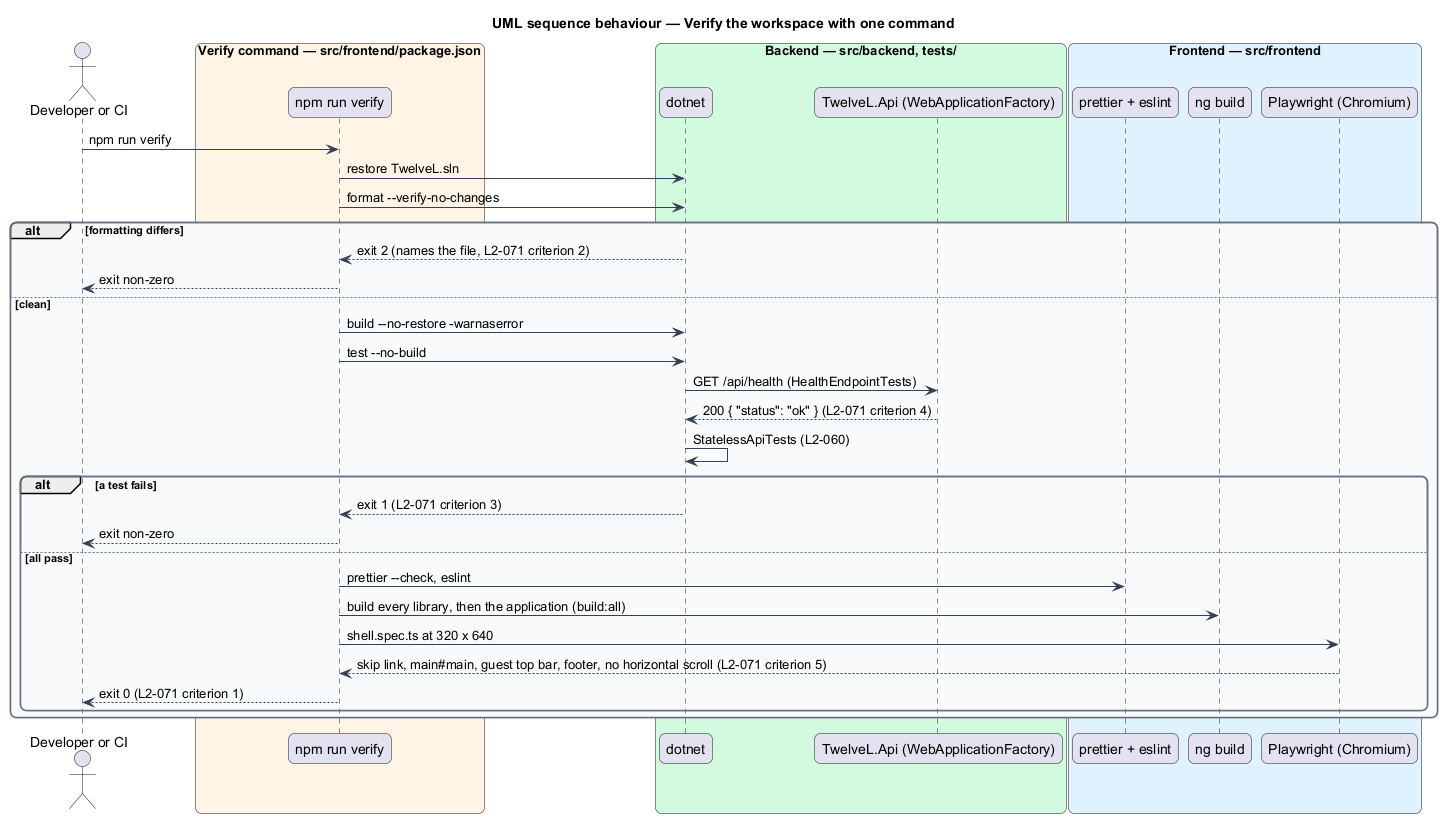
The PlantUML diagram docs/detailed-designs/platform/set-up-the-workspace/diagrams/sequence-verify.png in QuinntyneBrown/sycapooke, before a commit. Source of this version:
```plantuml
@startuml
title UML sequence behaviour — Verify the workspace with one command
skinparam backgroundColor #FFFFFF
skinparam shadowing false
skinparam roundcorner 12
skinparam defaultFontName Arial
skinparam ArrowColor #344054
skinparam rectangle {
  BorderColor #344054
  FontColor #101828
}
skinparam package {
  BorderColor #667085
  FontColor #101828
  BackgroundColor #F9FAFB
}
actor "Developer or CI" as actor
box "Verify command — src/frontend/package.json" #FFF4E5
  participant "npm run verify" as verify
end box
box "Backend — src/backend, tests/" #D1FADF
  participant "dotnet" as dotnet
  participant "TwelveL.Api (WebApplicationFactory)" as api
end box
box "Frontend — src/frontend" #E0F2FE
  participant "prettier + eslint" as lint
  participant "ng build" as build
  participant "Playwright (Chromium)" as pw
end box
actor -> verify : npm run verify
verify -> dotnet : restore TwelveL.sln
verify -> dotnet : format --verify-no-changes
alt formatting differs
  dotnet --> verify : exit 2 (names the file, L2-071 criterion 2)
  verify --> actor : exit non-zero
else clean
  verify -> dotnet : build --no-restore -warnaserror
  verify -> dotnet : test --no-build
  dotnet -> api : GET /api/health (HealthEndpointTests)
  api --> dotnet : 200 { "status": "ok" } (L2-071 criterion 4)
  dotnet -> dotnet : StatelessApiTests (L2-060)
  alt a test fails
    dotnet --> verify : exit 1 (L2-071 criterion 3)
    verify --> actor : exit non-zero
  else all pass
    verify -> lint : prettier --check, eslint
    verify -> build : build every library, then the application (build:all)
    verify -> pw : shell.spec.ts at 320 x 640
    pw --> verify : skip link, main#main, guest top bar, footer, no horizontal scroll (L2-071 criterion 5)
    verify --> actor : exit 0 (L2-071 criterion 1)
  end
end
@enduml
```
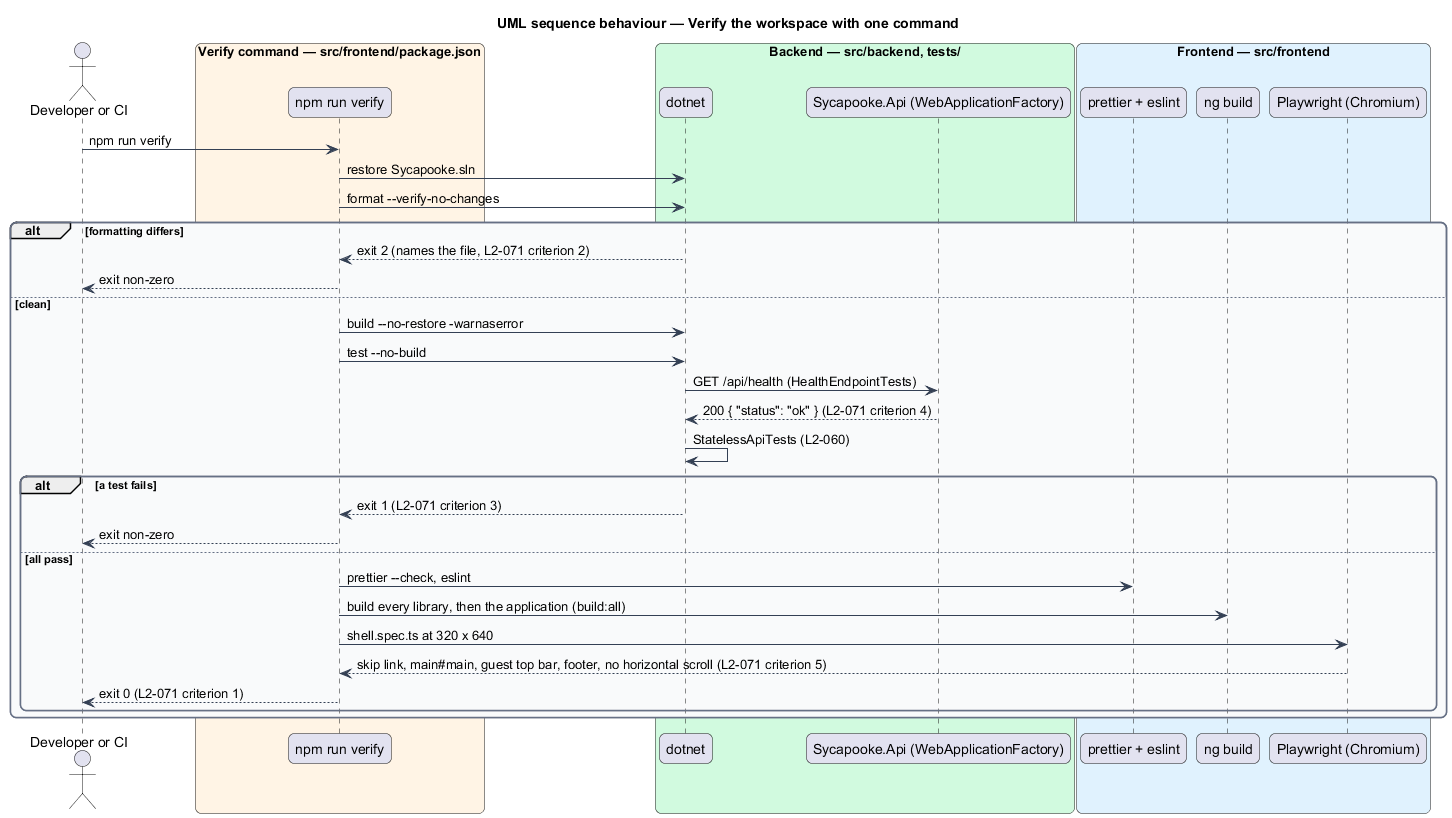
Later version of the same file.

Change to the diagram source:
```diff
@@ -20,7 +20,7 @@
 end box
 box "Backend — src/backend, tests/" #D1FADF
   participant "dotnet" as dotnet
-  participant "TwelveL.Api (WebApplicationFactory)" as api
+  participant "Sycapooke.Api (WebApplicationFactory)" as api
 end box
 box "Frontend — src/frontend" #E0F2FE
   participant "prettier + eslint" as lint
@@ -28,7 +28,7 @@
   participant "Playwright (Chromium)" as pw
 end box
 actor -> verify : npm run verify
-verify -> dotnet : restore TwelveL.sln
+verify -> dotnet : restore Sycapooke.sln
 verify -> dotnet : format --verify-no-changes
 alt formatting differs
   dotnet --> verify : exit 2 (names the file, L2-071 criterion 2)
```
